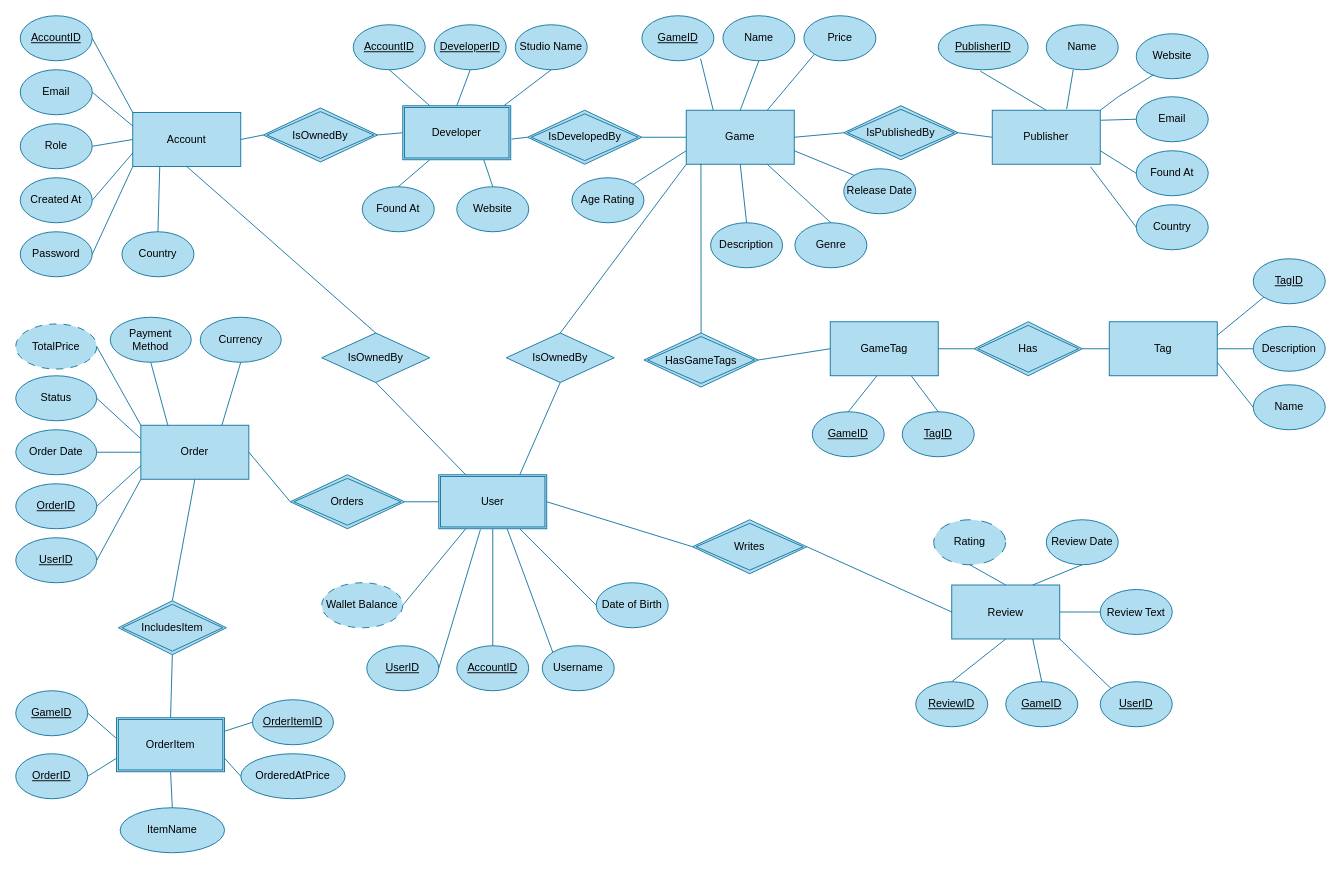
software-modeling-and-analysis-se-pt/software-modeling-and-analysis-se-pt keeps this draw.io diagram as course-work/Implementations/ChenDiagram.drawio. Above is the earlier version. Source tidied: cells renumbered, new cells numbered last; positions are measured from the earlier drawing's top-left corner, leaving out a move shared by most shapes. Both pictures are drawn from the tidied source at 90%, with x=0, y=0 at pixel (15, 15).
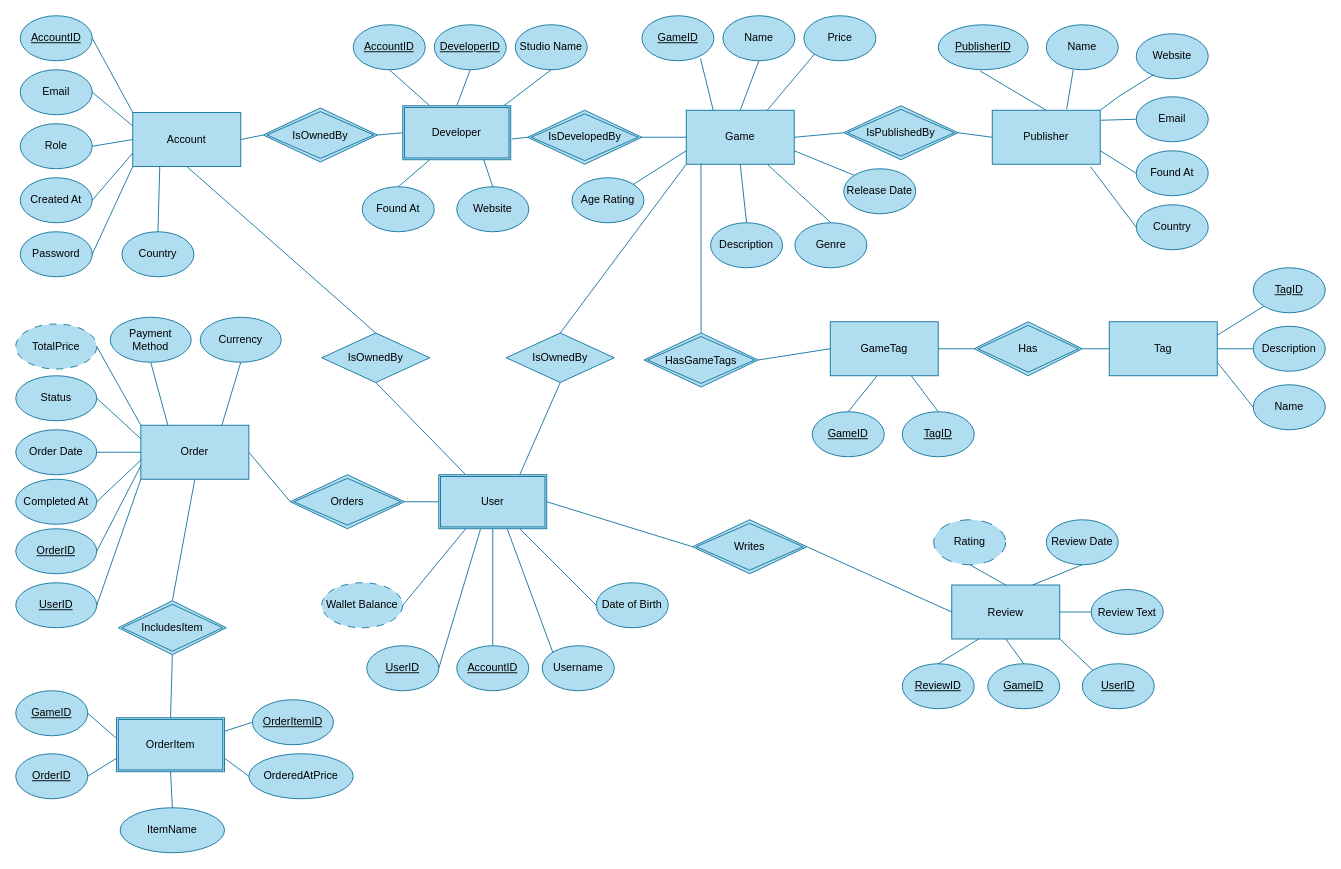
The same diagram, later.

The change refers to these unchanged cells:
```xml
<mxCell id="59" value="Review" style="rounded=0;whiteSpace=wrap;html=1;fillColor=#b1ddf0;strokeColor=#10739e;" parent="1" vertex="1">
  <mxGeometry x="1040" y="632.5" width="120" height="60" as="geometry" />
</mxCell>
<mxCell id="60" value="Order" style="rounded=0;whiteSpace=wrap;html=1;fillColor=#b1ddf0;strokeColor=#10739e;" parent="1" vertex="1">
  <mxGeometry x="139" y="455" width="120" height="60" as="geometry" />
</mxCell>
```

Change to the diagram source:
```diff
@@
     <mxCell id="63" value="&lt;u&gt;TagID&lt;/u&gt;" style="ellipse;whiteSpace=wrap;html=1;fillColor=#b1ddf0;strokeColor=#10739e;" parent="1" vertex="1">
-      <mxGeometry x="1375" y="270" width="80" height="50" as="geometry" />
+      <mxGeometry x="1375" y="280" width="80" height="50" as="geometry" />
     </mxCell>
@@
     <mxCell id="77" value="&lt;u&gt;GameID&lt;/u&gt;" style="ellipse;whiteSpace=wrap;html=1;fillColor=#b1ddf0;strokeColor=#10739e;" parent="1" vertex="1">
-      <mxGeometry x="1100" y="740" width="80" height="50" as="geometry" />
+      <mxGeometry x="1080" y="720" width="80" height="50" as="geometry" />
     </mxCell>
     <mxCell id="78" value="&lt;u&gt;ReviewID&lt;/u&gt;" style="ellipse;whiteSpace=wrap;html=1;fillColor=#b1ddf0;strokeColor=#10739e;" parent="1" vertex="1">
-      <mxGeometry x="1000" y="740" width="80" height="50" as="geometry" />
+      <mxGeometry x="985" y="720" width="80" height="50" as="geometry" />
     </mxCell>
@@
     <mxCell id="80" value="&lt;u&gt;UserID&lt;/u&gt;" style="ellipse;whiteSpace=wrap;html=1;fillColor=#b1ddf0;strokeColor=#10739e;" parent="1" vertex="1">
-      <mxGeometry x="1205" y="740" width="80" height="50" as="geometry" />
+      <mxGeometry x="1185" y="720" width="80" height="50" as="geometry" />
     </mxCell>
     <mxCell id="81" value="Review Text" style="ellipse;whiteSpace=wrap;html=1;fillColor=#b1ddf0;strokeColor=#10739e;" parent="1" vertex="1">
-      <mxGeometry x="1205" y="637.5" width="80" height="50" as="geometry" />
+      <mxGeometry x="1195" y="637.5" width="80" height="50" as="geometry" />
     </mxCell>
@@
-    <mxCell id="84" style="endArrow=none;html=1;rounded=0;entryX=0.75;entryY=1;entryDx=0;entryDy=0;exitX=0.5;exitY=0;exitDx=0;exitDy=0;fillColor=#b1ddf0;strokeColor=#10739e;" parent="1" edge="1" source="77" target="59">
+    <mxCell id="84" style="endArrow=none;html=1;rounded=0;entryX=0.5;entryY=1;entryDx=0;entryDy=0;exitX=0.5;exitY=0;exitDx=0;exitDy=0;fillColor=#b1ddf0;strokeColor=#10739e;" parent="1" edge="1" source="77" target="59">
       <mxGeometry relative="1" as="geometry" />
     </mxCell>
-    <mxCell id="85" style="endArrow=none;html=1;rounded=0;entryX=0.5;entryY=1;entryDx=0;entryDy=0;exitX=0.5;exitY=0;exitDx=0;exitDy=0;fillColor=#b1ddf0;strokeColor=#10739e;" parent="1" edge="1" source="78" target="59">
+    <mxCell id="85" style="endArrow=none;html=1;rounded=0;entryX=0.25;entryY=1;entryDx=0;entryDy=0;exitX=0.5;exitY=0;exitDx=0;exitDy=0;fillColor=#b1ddf0;strokeColor=#10739e;" parent="1" edge="1" source="78" target="59">
       <mxGeometry relative="1" as="geometry" />
     </mxCell>
@@
     <mxCell id="91" value="OrderedAtPrice" style="ellipse;whiteSpace=wrap;html=1;fillColor=#b1ddf0;strokeColor=#10739e;" parent="1" vertex="1">
-      <mxGeometry x="250" y="820" width="116" height="50" as="geometry" />
+      <mxGeometry x="259" y="820" width="116" height="50" as="geometry" />
     </mxCell>
@@
     <mxCell id="102" value="&lt;u&gt;OrderID&lt;/u&gt;" style="ellipse;whiteSpace=wrap;html=1;fillColor=#b1ddf0;strokeColor=#10739e;" parent="1" vertex="1">
-      <mxGeometry y="520" width="90" height="50" as="geometry" />
+      <mxGeometry y="570" width="90" height="50" as="geometry" />
     </mxCell>
@@
     <mxCell id="105" value="&lt;u&gt;UserID&lt;/u&gt;" style="ellipse;whiteSpace=wrap;html=1;fillColor=#b1ddf0;strokeColor=#10739e;" parent="1" vertex="1">
-      <mxGeometry y="580" width="90" height="50" as="geometry" />
+      <mxGeometry y="630" width="90" height="50" as="geometry" />
     </mxCell>
@@
+    <mxCell id="146" value="Completed At" style="ellipse;whiteSpace=wrap;html=1;fillColor=#b1ddf0;strokeColor=#10739e;" parent="1" vertex="1">
+      <mxGeometry y="515" width="90" height="50" as="geometry" />
+    </mxCell>
+    <mxCell id="147" style="endArrow=none;html=1;rounded=0;entryX=1;entryY=0.5;entryDx=0;entryDy=0;exitX=0.006;exitY=0.633;exitDx=0;exitDy=0;fillColor=#b1ddf0;strokeColor=#10739e;exitPerimeter=0;" parent="1" edge="1" source="60" target="146">
+      <mxGeometry relative="1" as="geometry" />
+    </mxCell>
```
